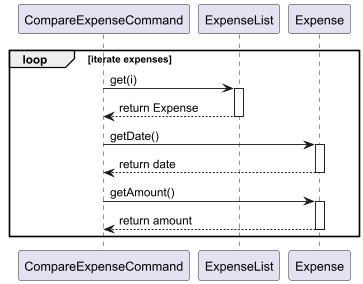
The PlantUML diagram docs/diagrams/IterateExpensesSequence.png in thienkimtranhoang/tp, before a commit.
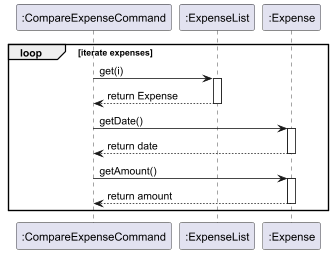
Above is the later version.

What changed in the source:
```diff
@@ -1,17 +1,17 @@
 @startuml
 loop iterate expenses
 
-    CompareExpenseCommand -> ExpenseList : get(i)
-    activate ExpenseList
-    ExpenseList --> CompareExpenseCommand : return Expense
-    deactivate ExpenseList
-    CompareExpenseCommand -> Expense : getDate()
-    activate Expense
-    Expense --> CompareExpenseCommand : return date
-    deactivate Expense
-    CompareExpenseCommand -> Expense : getAmount()
-    activate Expense
-    Expense --> CompareExpenseCommand : return amount
-    deactivate Expense
+    ":CompareExpenseCommand" -> ":ExpenseList" : get(i)
+    activate ":ExpenseList"
+    ":ExpenseList" --> ":CompareExpenseCommand" : return Expense
+    deactivate ":ExpenseList"
+    ":CompareExpenseCommand" -> ":Expense" : getDate()
+    activate ":Expense"
+    ":Expense" --> ":CompareExpenseCommand" : return date
+    deactivate ":Expense"
+    ":CompareExpenseCommand" -> ":Expense" : getAmount()
+    activate ":Expense"
+    ":Expense" --> ":CompareExpenseCommand" : return amount
+    deactivate ":Expense"
 end
 @enduml
```
